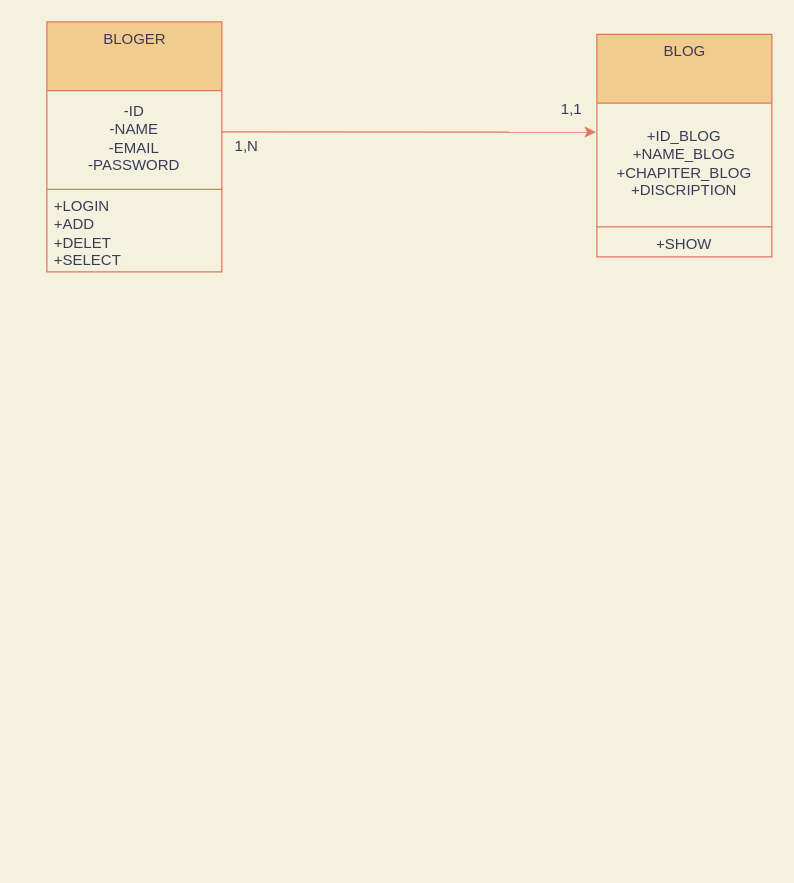
Above: uml.drawio in zakaria444/Mon_Blog (draw.io), before the change. Source tidied: cells renumbered, new cells numbered last; positions are measured from the earlier drawing's top-left corner, leaving out a move shared by most shapes. Both pictures are drawn from the tidied source at 125%, with x=0, y=0 at pixel (46, 21).
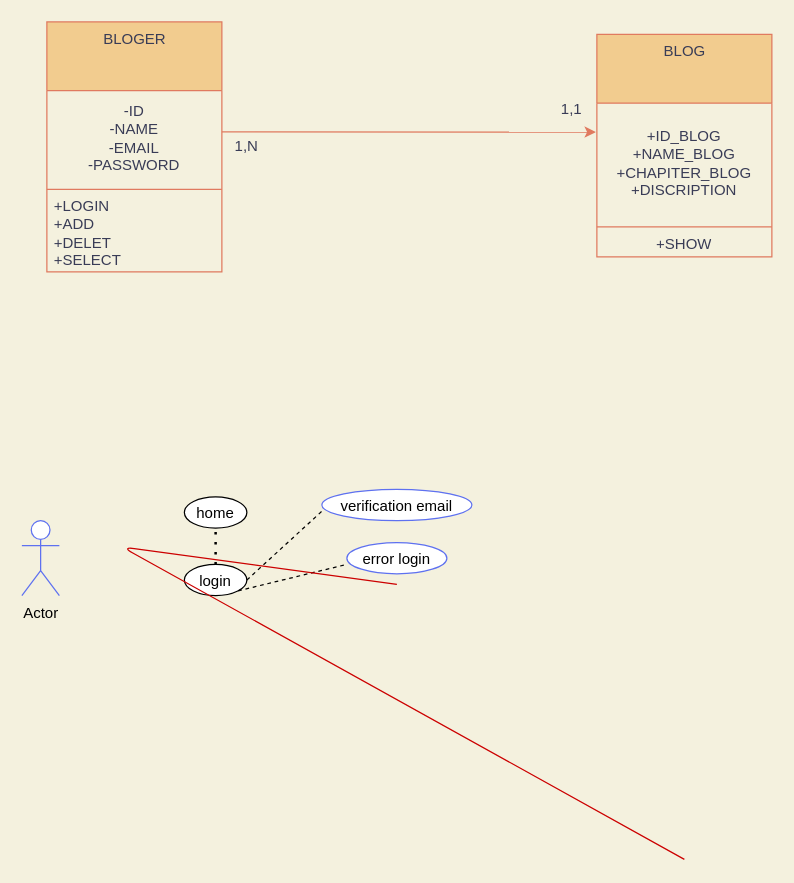
After the change.

Change to the diagram source:
```diff
@@
+    <mxCell id="13" value="login" style="ellipse;" parent="1" vertex="1">
+      <mxGeometry x="110" y="434" width="50" height="25" as="geometry" />
+    </mxCell>
+    <mxCell id="14" value="home" style="ellipse;" parent="1" vertex="1">
+      <mxGeometry x="110" y="380" width="50" height="25" as="geometry" />
+    </mxCell>
+    <mxCell id="15" value="Actor" style="shape=umlActor;verticalLabelPosition=bottom;verticalAlign=top;html=1;strokeColor=#5E71F0;" parent="1" vertex="1">
+      <mxGeometry x="-20" y="399" width="30" height="60" as="geometry" />
+    </mxCell>
+    <mxCell id="16" value="verification email" style="ellipse;strokeColor=#5E71F0;" parent="1" vertex="1">
+      <mxGeometry x="220" y="374" width="120" height="25" as="geometry" />
+    </mxCell>
+    <mxCell id="17" value="error login" style="ellipse;strokeColor=#5E71F0;" parent="1" vertex="1">
+      <mxGeometry x="240" y="416.5" width="80" height="25" as="geometry" />
+    </mxCell>
+    <mxCell id="18" style="endArrow=none;dashed=1;html=1;dashPattern=1 3;strokeWidth=2;exitX=0.5;exitY=0;exitDx=0;exitDy=0;entryX=0.5;entryY=1;entryDx=0;entryDy=0;" parent="1" edge="1" source="13" target="14">
+      <mxGeometry relative="1" as="geometry" />
+    </mxCell>
+    <mxCell id="19" style="endArrow=none;dashed=1;html=1;exitX=1;exitY=0.5;exitDx=0;exitDy=0;" parent="1" edge="1" source="13">
+      <mxGeometry relative="1" as="geometry">
+        <mxPoint x="220" y="391.5" as="targetPoint" />
+      </mxGeometry>
+    </mxCell>
+    <mxCell id="20" style="endArrow=none;dashed=1;html=1;exitX=1;exitY=1;exitDx=0;exitDy=0;" parent="1" edge="1" source="13">
+      <mxGeometry relative="1" as="geometry">
+        <mxPoint x="240" y="434" as="targetPoint" />
+      </mxGeometry>
+    </mxCell>
+    <mxCell id="21" style="endArrow=none;html=1;strokeColor=#CC0000;exitX=1;exitY=1;exitDx=0;exitDy=0;exitPerimeter=0;" parent="1" edge="1">
+      <mxGeometry relative="1" as="geometry">
+        <mxPoint x="510" y="670" as="sourcePoint" />
+        <mxPoint x="280" y="450" as="targetPoint" />
+        <Array as="points">
+          <mxPoint x="60" y="420" />
+        </Array>
+      </mxGeometry>
+    </mxCell>
+    <mxCell id="22" style="endArrow=none;html=1;strokeColor=#CC0000;exitX=1;exitY=1;exitDx=0;exitDy=0;exitPerimeter=0;" parent="1" edge="1" source="15">
+      <mxGeometry relative="1" as="geometry">
+        <mxPoint x="10" y="459" as="targetPoint" />
+      </mxGeometry>
+    </mxCell>
```
